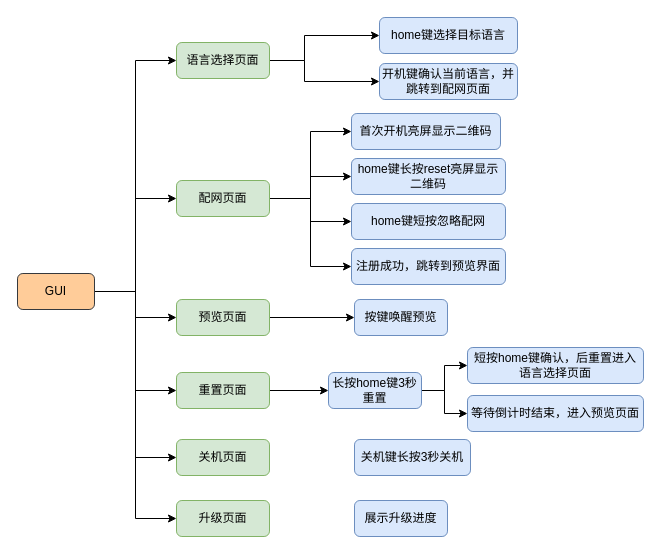
This is page "第 28 页" (24 of 24) of Untitled Diagram.drawio from echo-Github000/Anna, a draw.io file, before an edit. Source tidied: cells renumbered, new cells numbered last; positions are measured from the earlier drawing's top-left corner, leaving out a move shared by most shapes. Both pictures are drawn from the tidied source at 100%, with x=0, y=0 at pixel (17, 17).
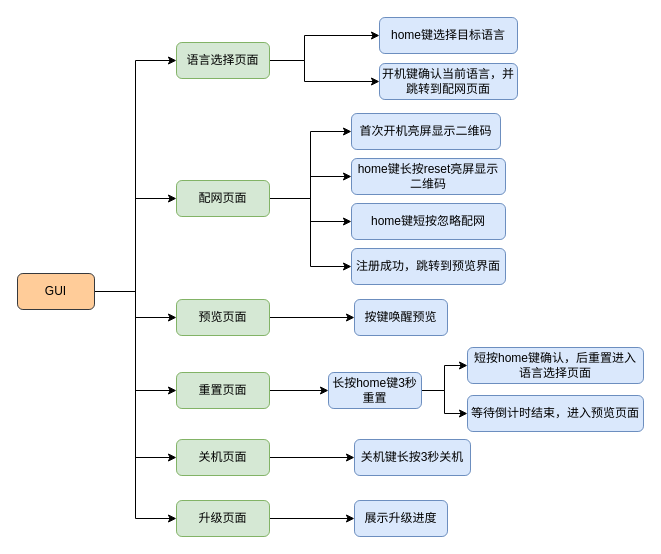
Above is the later version.

Commit message:
提交HP2 Ui界面设计

The change refers to these unchanged cells:
```xml
<mxCell id="33" value="关机页面" style="rounded=1;whiteSpace=wrap;html=1;fillColor=#d5e8d4;strokeColor=#82b366;" parent="1" vertex="1">
  <mxGeometry x="159" y="422" width="93" height="36" as="geometry" />
</mxCell>
<mxCell id="34" value="关机键长按3秒关机" style="rounded=1;whiteSpace=wrap;html=1;fillColor=#dae8fc;strokeColor=#6c8ebf;" parent="1" vertex="1">
  <mxGeometry x="337" y="422" width="116" height="36" as="geometry" />
</mxCell>
<mxCell id="35" value="升级页面" style="rounded=1;whiteSpace=wrap;html=1;fillColor=#d5e8d4;strokeColor=#82b366;" parent="1" vertex="1">
  <mxGeometry x="159" y="483" width="93" height="36" as="geometry" />
</mxCell>
<mxCell id="36" value="展示升级进度" style="rounded=1;whiteSpace=wrap;html=1;fillColor=#dae8fc;strokeColor=#6c8ebf;" parent="1" vertex="1">
  <mxGeometry x="337" y="483" width="93" height="36" as="geometry" />
</mxCell>
```

Change to the diagram source:
```diff
@@
+    <mxCell id="37" style="edgeStyle=orthogonalEdgeStyle;rounded=0;jettySize=auto;html=1;exitX=1;exitY=0.5;exitDx=0;exitDy=0;" parent="1" edge="1" source="33" target="34">
+      <mxGeometry relative="1" as="geometry" />
+    </mxCell>
@@
+    <mxCell id="38" style="edgeStyle=orthogonalEdgeStyle;rounded=0;jettySize=auto;html=1;exitX=1;exitY=0.5;exitDx=0;exitDy=0;entryX=0;entryY=0.5;entryDx=0;entryDy=0;" parent="1" edge="1" source="35" target="36">
+      <mxGeometry relative="1" as="geometry" />
+    </mxCell>
```
